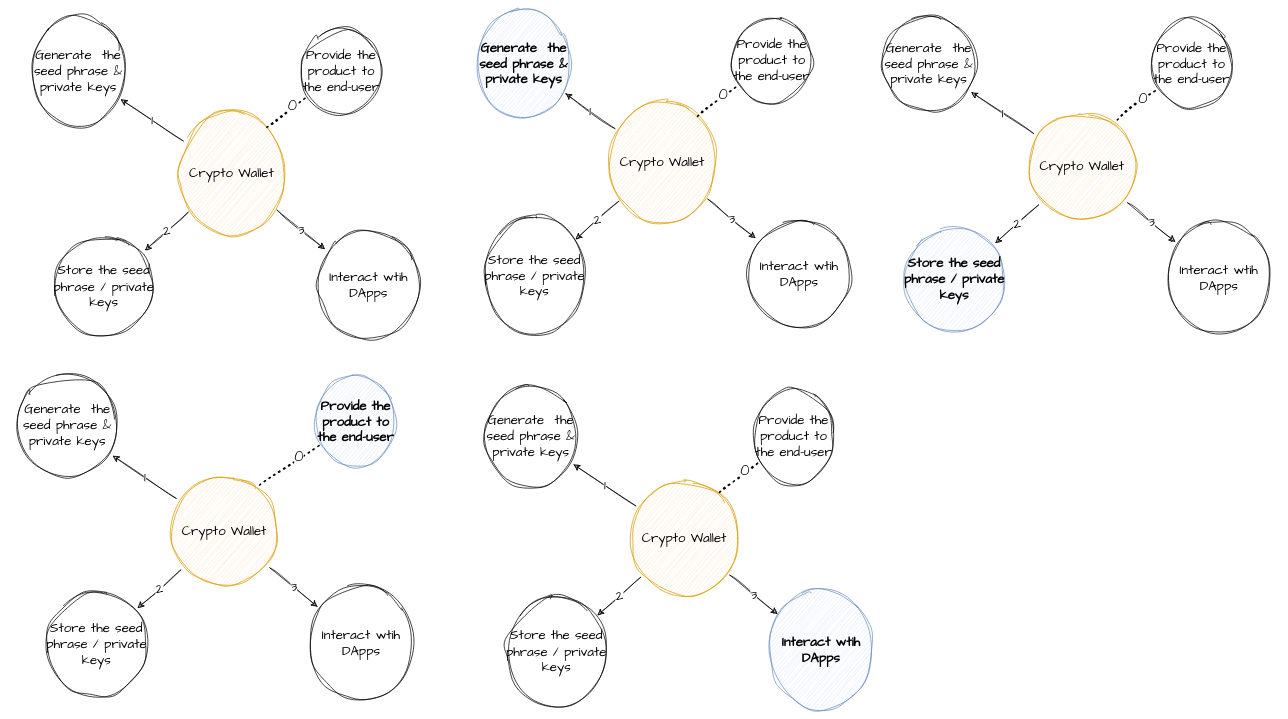
rya-sge/access-denied keeps this draw.io diagram as page "crypto-wallet-goal" (5 of 22) of schema/crypto-wallet.drawio. Above is the earlier version. Source tidied: cells renumbered, new cells numbered last; positions are measured from the earlier drawing's top-left corner, leaving out a move shared by most shapes. Both pictures are drawn from the tidied source at 73%, with x=0, y=0 at pixel (12, 12).
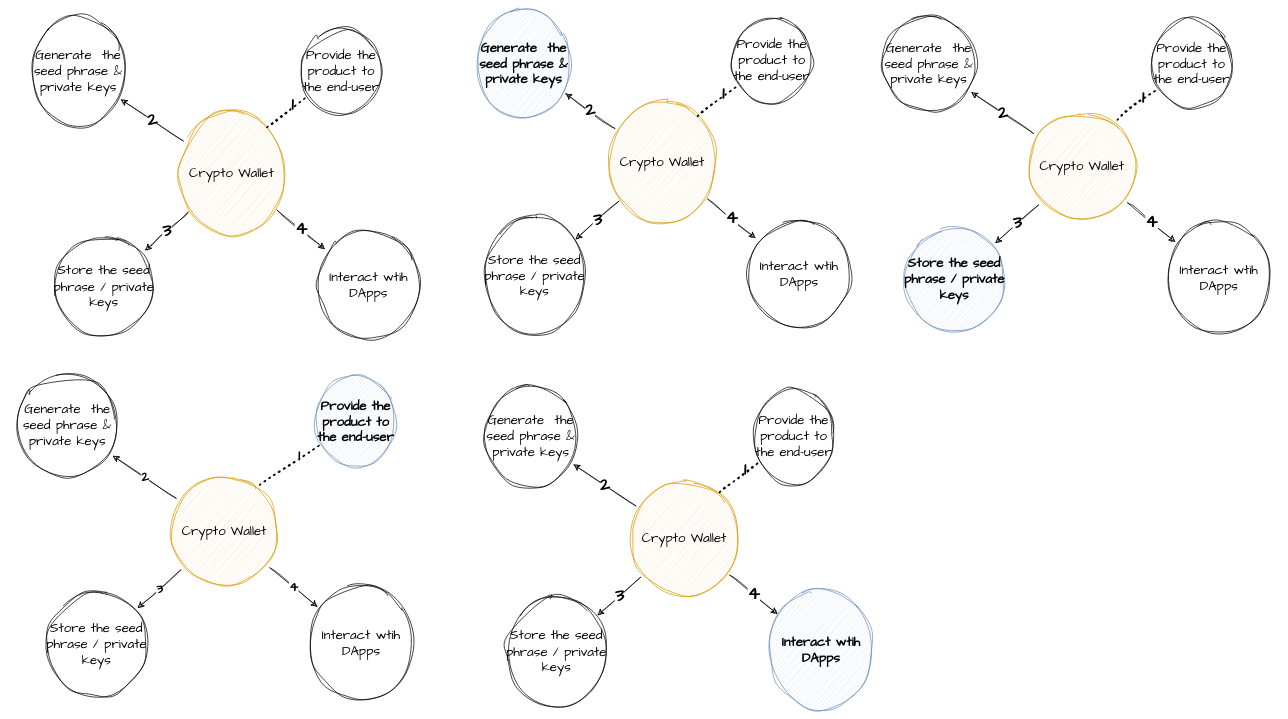
The same diagram, later.

Unchanged cells that the change refers to:
```xml
<mxCell id="2" value="Crypto Wallet" style="ellipse;whiteSpace=wrap;html=1;sketch=1;hachureGap=4;jiggle=2;fontFamily=Architects Daughter;fontSize=18;fillColor=#ffe6cc;strokeColor=#d79b00;" parent="1" vertex="1">
  <mxGeometry x="220" y="140" width="160" height="160" as="geometry" />
</mxCell>
<mxCell id="3" value="Generate&amp;nbsp; the seed phrase &amp;amp; private keys" style="ellipse;whiteSpace=wrap;html=1;sketch=1;hachureGap=4;jiggle=2;fontFamily=Architects Daughter;fontSize=18;" parent="1" vertex="1">
  <mxGeometry x="20" y="10" width="140" height="140" as="geometry" />
</mxCell>
<mxCell id="4" value="Store the seed phrase / private keys" style="ellipse;whiteSpace=wrap;html=1;sketch=1;hachureGap=4;jiggle=2;fontFamily=Architects Daughter;fontSize=18;" parent="1" vertex="1">
  <mxGeometry x="50" y="300" width="150" height="150" as="geometry" />
</mxCell>
<mxCell id="7" value="Interact wtih DApps" style="ellipse;whiteSpace=wrap;html=1;sketch=1;hachureGap=4;jiggle=2;fontFamily=Architects Daughter;fontSize=18;" parent="1" vertex="1">
  <mxGeometry x="410" y="295" width="155" height="155" as="geometry" />
</mxCell>
<mxCell id="10" style="endArrow=none;dashed=1;html=1;dashPattern=1 3;strokeWidth=2;rounded=0;sketch=1;hachureGap=4;jiggle=2;fontFamily=Architects Daughter;fontSize=18;exitX=0.8;exitY=0.106;exitDx=0;exitDy=0;exitPerimeter=0;" parent="1" edge="1" source="2" target="9">
  <mxGeometry relative="1" as="geometry" />
</mxCell>
<mxCell id="12" value="Crypto Wallet" style="ellipse;whiteSpace=wrap;html=1;sketch=1;hachureGap=4;jiggle=2;fontFamily=Architects Daughter;fontSize=18;fillColor=#ffe6cc;strokeColor=#d79b00;" parent="1" vertex="1">
  <mxGeometry x="210" y="630" width="160" height="160" as="geometry" />
</mxCell>
<mxCell id="13" value="Generate&amp;nbsp; the seed phrase &amp;amp; private keys" style="ellipse;whiteSpace=wrap;html=1;sketch=1;hachureGap=4;jiggle=2;fontFamily=Architects Daughter;fontSize=18;" parent="1" vertex="1">
  <mxGeometry y="490" width="150" height="150" as="geometry" />
</mxCell>
<mxCell id="14" value="Store the seed phrase / private keys" style="ellipse;whiteSpace=wrap;html=1;sketch=1;hachureGap=4;jiggle=2;fontFamily=Architects Daughter;fontSize=18;" parent="1" vertex="1">
  <mxGeometry x="40" y="790" width="150" height="150" as="geometry" />
</mxCell>
<mxCell id="17" value="Interact wtih DApps" style="ellipse;whiteSpace=wrap;html=1;sketch=1;hachureGap=4;jiggle=2;fontFamily=Architects Daughter;fontSize=18;" parent="1" vertex="1">
  <mxGeometry x="400" y="785" width="155" height="155" as="geometry" />
</mxCell>
<mxCell id="19" value="Provide the product to the end-user" style="ellipse;whiteSpace=wrap;html=1;sketch=1;hachureGap=4;jiggle=2;fontFamily=Architects Daughter;fontSize=18;fillColor=#dae8fc;strokeColor=#6c8ebf;fontStyle=1;" parent="1" vertex="1">
  <mxGeometry x="410" y="500" width="120" height="120" as="geometry" />
</mxCell>
<mxCell id="22" value="Crypto Wallet" style="ellipse;whiteSpace=wrap;html=1;sketch=1;hachureGap=4;jiggle=2;fontFamily=Architects Daughter;fontSize=18;fillColor=#ffe6cc;strokeColor=#d79b00;" parent="1" vertex="1">
  <mxGeometry x="810" y="125" width="160" height="160" as="geometry" />
</mxCell>
<mxCell id="23" value="Generate&amp;nbsp; the seed phrase &amp;amp; private keys" style="ellipse;whiteSpace=wrap;html=1;sketch=1;hachureGap=4;jiggle=2;fontFamily=Architects Daughter;fontSize=18;fillColor=#dae8fc;strokeColor=#6c8ebf;fontStyle=1;" parent="1" vertex="1">
  <mxGeometry x="630" width="140" height="140" as="geometry" />
</mxCell>
<mxCell id="24" value="Store the seed phrase / private keys" style="ellipse;whiteSpace=wrap;html=1;sketch=1;hachureGap=4;jiggle=2;fontFamily=Architects Daughter;fontSize=18;" parent="1" vertex="1">
  <mxGeometry x="640" y="285" width="150" height="150" as="geometry" />
</mxCell>
<mxCell id="27" value="Interact wtih DApps" style="ellipse;whiteSpace=wrap;html=1;sketch=1;hachureGap=4;jiggle=2;fontFamily=Architects Daughter;fontSize=18;" parent="1" vertex="1">
  <mxGeometry x="1000" y="280" width="155" height="155" as="geometry" />
</mxCell>
<mxCell id="30" style="endArrow=none;dashed=1;html=1;dashPattern=1 3;strokeWidth=2;rounded=0;sketch=1;hachureGap=4;jiggle=2;fontFamily=Architects Daughter;fontSize=18;exitX=0.8;exitY=0.106;exitDx=0;exitDy=0;exitPerimeter=0;" parent="1" edge="1" source="22" target="29">
  <mxGeometry relative="1" as="geometry" />
</mxCell>
<mxCell id="32" value="Crypto Wallet" style="ellipse;whiteSpace=wrap;html=1;sketch=1;hachureGap=4;jiggle=2;fontFamily=Architects Daughter;fontSize=18;fillColor=#ffe6cc;strokeColor=#d79b00;" parent="1" vertex="1">
  <mxGeometry x="840" y="640" width="160" height="160" as="geometry" />
</mxCell>
<mxCell id="33" value="Generate&amp;nbsp; the seed phrase &amp;amp; private keys" style="ellipse;whiteSpace=wrap;html=1;sketch=1;hachureGap=4;jiggle=2;fontFamily=Architects Daughter;fontSize=18;" parent="1" vertex="1">
  <mxGeometry x="640" y="510" width="140" height="140" as="geometry" />
</mxCell>
<mxCell id="34" value="Store the seed phrase / private keys" style="ellipse;whiteSpace=wrap;html=1;sketch=1;hachureGap=4;jiggle=2;fontFamily=Architects Daughter;fontSize=18;" parent="1" vertex="1">
  <mxGeometry x="670" y="800" width="150" height="150" as="geometry" />
</mxCell>
<mxCell id="37" value="Interact wtih DApps" style="ellipse;whiteSpace=wrap;html=1;sketch=1;hachureGap=4;jiggle=2;fontFamily=Architects Daughter;fontSize=18;fontStyle=1;fillColor=#dae8fc;strokeColor=#6c8ebf;" parent="1" vertex="1">
  <mxGeometry x="1030" y="795" width="155" height="155" as="geometry" />
</mxCell>
<mxCell id="40" style="endArrow=none;dashed=1;html=1;dashPattern=1 3;strokeWidth=2;rounded=0;sketch=1;hachureGap=4;jiggle=2;fontFamily=Architects Daughter;fontSize=18;exitX=0.8;exitY=0.106;exitDx=0;exitDy=0;exitPerimeter=0;" parent="1" edge="1" source="32" target="39">
  <mxGeometry relative="1" as="geometry" />
</mxCell>
<mxCell id="42" value="Crypto Wallet" style="ellipse;whiteSpace=wrap;html=1;sketch=1;hachureGap=4;jiggle=2;fontFamily=Architects Daughter;fontSize=18;fillColor=#ffe6cc;strokeColor=#d79b00;" parent="1" vertex="1">
  <mxGeometry x="1385" y="130" width="160" height="160" as="geometry" />
</mxCell>
<mxCell id="43" value="Generate&amp;nbsp; the seed phrase &amp;amp; private keys" style="ellipse;whiteSpace=wrap;html=1;sketch=1;hachureGap=4;jiggle=2;fontFamily=Architects Daughter;fontSize=18;" parent="1" vertex="1">
  <mxGeometry x="1185" width="140" height="140" as="geometry" />
</mxCell>
<mxCell id="44" value="Store the seed phrase / private keys" style="ellipse;whiteSpace=wrap;html=1;sketch=1;hachureGap=4;jiggle=2;fontFamily=Architects Daughter;fontSize=18;fillColor=#dae8fc;strokeColor=#6c8ebf;fontStyle=1;" parent="1" vertex="1">
  <mxGeometry x="1215" y="290" width="150" height="150" as="geometry" />
</mxCell>
<mxCell id="47" value="Interact wtih DApps" style="ellipse;whiteSpace=wrap;html=1;sketch=1;hachureGap=4;jiggle=2;fontFamily=Architects Daughter;fontSize=18;" parent="1" vertex="1">
  <mxGeometry x="1575" y="285" width="155" height="155" as="geometry" />
</mxCell>
<mxCell id="50" style="endArrow=none;dashed=1;html=1;dashPattern=1 3;strokeWidth=2;rounded=0;sketch=1;hachureGap=4;jiggle=2;fontFamily=Architects Daughter;fontSize=18;exitX=0.8;exitY=0.106;exitDx=0;exitDy=0;exitPerimeter=0;" parent="1" edge="1" source="42" target="49">
  <mxGeometry relative="1" as="geometry" />
</mxCell>
```

Change to the diagram source:
```diff
@@
-    <mxCell id="5" value="1" style="endArrow=classic;html=1;rounded=0;sketch=1;hachureGap=4;jiggle=2;fontFamily=Architects Daughter;fontSize=18;" parent="1" edge="1" source="2" target="3">
+    <mxCell id="5" value="2" style="endArrow=classic;html=1;rounded=0;sketch=1;hachureGap=4;jiggle=2;fontFamily=Architects Daughter;fontSize=24;fontStyle=1;" parent="1" edge="1" source="2" target="3">
       <mxGeometry relative="1" as="geometry" />
     </mxCell>
-    <mxCell id="6" value="2" style="endArrow=classic;html=1;rounded=0;sketch=1;hachureGap=4;jiggle=2;fontFamily=Architects Daughter;fontSize=18;" parent="1" edge="1" source="2" target="4">
-      <mxGeometry relative="1" as="geometry" />
+    <mxCell id="6" value="3" style="endArrow=classic;html=1;rounded=0;sketch=1;hachureGap=4;jiggle=2;fontFamily=Architects Daughter;fontSize=24;fontStyle=1;" parent="1" edge="1" source="2" target="4">
+      <mxGeometry relative="1" as="geometry">
+        <Array as="points">
+          <mxPoint x="210" y="300" />
+        </Array>
+      </mxGeometry>
     </mxCell>
@@
-    <mxCell id="8" value="3" style="endArrow=classic;html=1;rounded=0;sketch=1;hachureGap=4;jiggle=2;fontFamily=Architects Daughter;fontSize=18;" parent="1" edge="1" source="2" target="7">
+    <mxCell id="8" value="4" style="endArrow=classic;html=1;rounded=0;sketch=1;hachureGap=4;jiggle=2;fontFamily=Architects Daughter;fontSize=24;fontStyle=1;" parent="1" edge="1" source="2" target="7">
       <mxGeometry relative="1" as="geometry" />
     </mxCell>
@@
-    <mxCell id="11" value="0" style="edgeLabel;html=1;align=center;verticalAlign=middle;fontSize=20;fontFamily=Architects Daughter;" parent="10" vertex="1">
+    <mxCell id="11" value="1" style="edgeLabel;html=1;align=center;verticalAlign=middle;fontSize=24;fontFamily=Architects Daughter;fontStyle=1;" parent="10" vertex="1">
       <mxGeometry x="0.35" y="3" relative="1" as="geometry" />
     </mxCell>
@@
-    <mxCell id="15" value="1" style="endArrow=classic;html=1;rounded=0;sketch=1;hachureGap=4;jiggle=2;fontFamily=Architects Daughter;fontSize=18;" parent="1" edge="1" source="12" target="13">
+    <mxCell id="15" value="2" style="endArrow=classic;html=1;rounded=0;sketch=1;hachureGap=4;jiggle=2;fontFamily=Architects Daughter;fontSize=18;fontStyle=1;" parent="1" edge="1" source="12" target="13">
       <mxGeometry relative="1" as="geometry" />
     </mxCell>
-    <mxCell id="16" value="2" style="endArrow=classic;html=1;rounded=0;sketch=1;hachureGap=4;jiggle=2;fontFamily=Architects Daughter;fontSize=18;" parent="1" edge="1" source="12" target="14">
+    <mxCell id="16" value="3" style="endArrow=classic;html=1;rounded=0;sketch=1;hachureGap=4;jiggle=2;fontFamily=Architects Daughter;fontSize=18;fontStyle=1;" parent="1" edge="1" source="12" target="14">
       <mxGeometry relative="1" as="geometry" />
     </mxCell>
@@
-    <mxCell id="18" value="3" style="endArrow=classic;html=1;rounded=0;sketch=1;hachureGap=4;jiggle=2;fontFamily=Architects Daughter;fontSize=18;" parent="1" edge="1" source="12" target="17">
+    <mxCell id="18" value="4" style="endArrow=classic;html=1;rounded=0;sketch=1;hachureGap=4;jiggle=2;fontFamily=Architects Daughter;fontSize=18;fontStyle=1;" parent="1" edge="1" source="12" target="17">
       <mxGeometry relative="1" as="geometry" />
     </mxCell>
@@
-    <mxCell id="20" style="endArrow=none;dashed=1;html=1;dashPattern=1 3;strokeWidth=2;rounded=0;sketch=1;hachureGap=4;jiggle=2;fontFamily=Architects Daughter;fontSize=18;exitX=0.8;exitY=0.106;exitDx=0;exitDy=0;exitPerimeter=0;" parent="1" edge="1" source="12" target="19">
+    <mxCell id="20" style="endArrow=none;dashed=1;html=1;dashPattern=1 3;strokeWidth=2;rounded=0;sketch=1;hachureGap=4;jiggle=2;fontFamily=Architects Daughter;fontSize=24;exitX=0.8;exitY=0.106;exitDx=0;exitDy=0;exitPerimeter=0;fontStyle=1;" parent="1" edge="1" source="12" target="19">
       <mxGeometry relative="1" as="geometry" />
     </mxCell>
-    <mxCell id="21" value="0" style="edgeLabel;html=1;align=center;verticalAlign=middle;fontSize=20;fontFamily=Architects Daughter;" parent="20" vertex="1">
+    <mxCell id="21" value="1" style="edgeLabel;html=1;align=center;verticalAlign=middle;fontSize=20;fontFamily=Architects Daughter;fontStyle=1;" parent="20" vertex="1">
       <mxGeometry x="0.35" y="3" relative="1" as="geometry" />
     </mxCell>
@@
-    <mxCell id="25" value="1" style="endArrow=classic;html=1;rounded=0;sketch=1;hachureGap=4;jiggle=2;fontFamily=Architects Daughter;fontSize=18;" parent="1" edge="1" source="22" target="23">
+    <mxCell id="25" value="2" style="endArrow=classic;html=1;rounded=0;sketch=1;hachureGap=4;jiggle=2;fontFamily=Architects Daughter;fontSize=24;fontStyle=1;" parent="1" edge="1" source="22" target="23">
       <mxGeometry relative="1" as="geometry" />
     </mxCell>
-    <mxCell id="26" value="2" style="endArrow=classic;html=1;rounded=0;sketch=1;hachureGap=4;jiggle=2;fontFamily=Architects Daughter;fontSize=18;" parent="1" edge="1" source="22" target="24">
+    <mxCell id="26" value="3" style="endArrow=classic;html=1;rounded=0;sketch=1;hachureGap=4;jiggle=2;fontFamily=Architects Daughter;fontSize=24;fontStyle=1;" parent="1" edge="1" source="22" target="24">
       <mxGeometry relative="1" as="geometry" />
     </mxCell>
@@
-    <mxCell id="28" value="3" style="endArrow=classic;html=1;rounded=0;sketch=1;hachureGap=4;jiggle=2;fontFamily=Architects Daughter;fontSize=18;" parent="1" edge="1" source="22" target="27">
+    <mxCell id="28" value="4" style="endArrow=classic;html=1;rounded=0;sketch=1;hachureGap=4;jiggle=2;fontFamily=Architects Daughter;fontSize=24;fontStyle=1;" parent="1" edge="1" source="22" target="27">
       <mxGeometry relative="1" as="geometry" />
     </mxCell>
@@
-    <mxCell id="31" value="0" style="edgeLabel;html=1;align=center;verticalAlign=middle;fontSize=20;fontFamily=Architects Daughter;" parent="30" vertex="1">
+    <mxCell id="31" value="1" style="edgeLabel;html=1;align=center;verticalAlign=middle;fontSize=24;fontFamily=Architects Daughter;fontStyle=1;" parent="30" vertex="1">
       <mxGeometry x="0.35" y="3" relative="1" as="geometry" />
     </mxCell>
@@
-    <mxCell id="35" value="1" style="endArrow=classic;html=1;rounded=0;sketch=1;hachureGap=4;jiggle=2;fontFamily=Architects Daughter;fontSize=18;" parent="1" edge="1" source="32" target="33">
+    <mxCell id="35" value="2" style="endArrow=classic;html=1;rounded=0;sketch=1;hachureGap=4;jiggle=2;fontFamily=Architects Daughter;fontSize=24;fontStyle=1;" parent="1" edge="1" source="32" target="33">
       <mxGeometry relative="1" as="geometry" />
     </mxCell>
-    <mxCell id="36" value="2" style="endArrow=classic;html=1;rounded=0;sketch=1;hachureGap=4;jiggle=2;fontFamily=Architects Daughter;fontSize=18;" parent="1" edge="1" source="32" target="34">
+    <mxCell id="36" value="3" style="endArrow=classic;html=1;rounded=0;sketch=1;hachureGap=4;jiggle=2;fontFamily=Architects Daughter;fontSize=24;fontStyle=1;" parent="1" edge="1" source="32" target="34">
       <mxGeometry relative="1" as="geometry" />
     </mxCell>
@@
-    <mxCell id="38" value="3" style="endArrow=classic;html=1;rounded=0;sketch=1;hachureGap=4;jiggle=2;fontFamily=Architects Daughter;fontSize=18;" parent="1" edge="1" source="32" target="37">
+    <mxCell id="38" value="4" style="endArrow=classic;html=1;rounded=0;sketch=1;hachureGap=4;jiggle=2;fontFamily=Architects Daughter;fontSize=24;fontStyle=1;" parent="1" edge="1" source="32" target="37">
       <mxGeometry relative="1" as="geometry" />
     </mxCell>
@@
-    <mxCell id="41" value="0" style="edgeLabel;html=1;align=center;verticalAlign=middle;fontSize=20;fontFamily=Architects Daughter;" parent="40" vertex="1">
+    <mxCell id="41" value="1" style="edgeLabel;html=1;align=center;verticalAlign=middle;fontSize=24;fontFamily=Architects Daughter;fontStyle=1;" parent="40" vertex="1">
       <mxGeometry x="0.35" y="3" relative="1" as="geometry" />
     </mxCell>
@@
-    <mxCell id="45" value="1" style="endArrow=classic;html=1;rounded=0;sketch=1;hachureGap=4;jiggle=2;fontFamily=Architects Daughter;fontSize=18;" parent="1" edge="1" source="42" target="43">
+    <mxCell id="45" value="2" style="endArrow=classic;html=1;rounded=0;sketch=1;hachureGap=4;jiggle=2;fontFamily=Architects Daughter;fontSize=24;fontStyle=1;" parent="1" edge="1" source="42" target="43">
       <mxGeometry relative="1" as="geometry" />
     </mxCell>
-    <mxCell id="46" value="2" style="endArrow=classic;html=1;rounded=0;sketch=1;hachureGap=4;jiggle=2;fontFamily=Architects Daughter;fontSize=18;" parent="1" edge="1" source="42" target="44">
+    <mxCell id="46" value="3" style="endArrow=classic;html=1;rounded=0;sketch=1;hachureGap=4;jiggle=2;fontFamily=Architects Daughter;fontSize=24;fontStyle=1;" parent="1" edge="1" source="42" target="44">
       <mxGeometry relative="1" as="geometry" />
     </mxCell>
@@
-    <mxCell id="48" value="3" style="endArrow=classic;html=1;rounded=0;sketch=1;hachureGap=4;jiggle=2;fontFamily=Architects Daughter;fontSize=18;" parent="1" edge="1" source="42" target="47">
+    <mxCell id="48" value="4" style="endArrow=classic;html=1;rounded=0;sketch=1;hachureGap=4;jiggle=2;fontFamily=Architects Daughter;fontSize=24;fontStyle=1;" parent="1" edge="1" source="42" target="47">
       <mxGeometry relative="1" as="geometry" />
     </mxCell>
@@
-    <mxCell id="51" value="0" style="edgeLabel;html=1;align=center;verticalAlign=middle;fontSize=20;fontFamily=Architects Daughter;" parent="50" vertex="1">
+    <mxCell id="51" value="1" style="edgeLabel;html=1;align=center;verticalAlign=middle;fontSize=24;fontFamily=Architects Daughter;fontStyle=1;" parent="50" vertex="1">
       <mxGeometry x="0.35" y="3" relative="1" as="geometry" />
     </mxCell>
```
